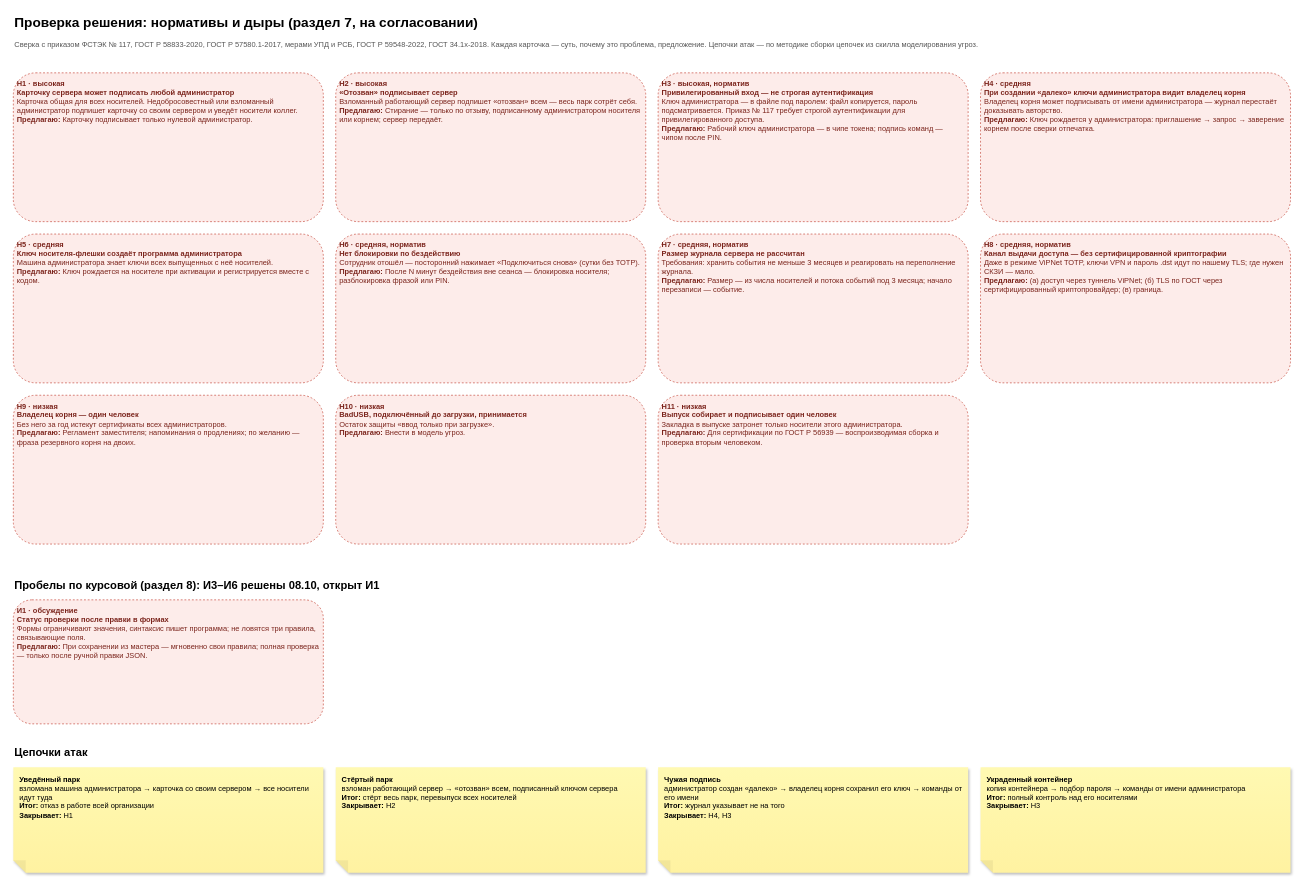
This is page "Проверка" (17 of 17) of docs/SOLUTION.drawio from PureshkaM/portable-os-admin, a draw.io file, before an edit. Source tidied: cells renumbered, new cells numbered last; positions are measured from the earlier drawing's top-left corner, leaving out a move shared by most shapes. Both pictures are drawn from the tidied source at 62%, with x=0, y=0 at pixel (13, 11).
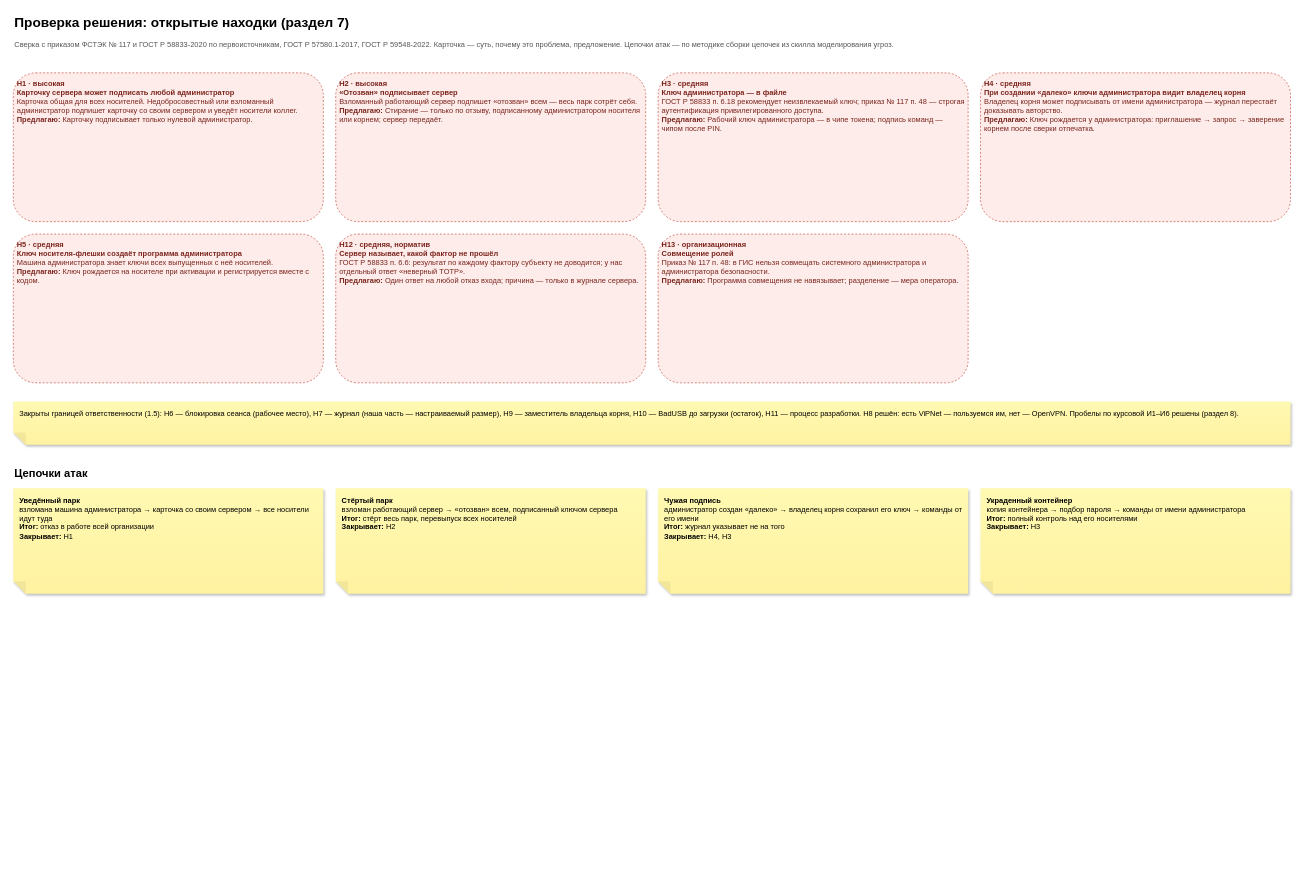
Above is the later version.

Commit message (it also covers changes not shown here):
Целевое решение: граница ответственности, сверка с приказом № 117 и ГОСТ Р 58833

The edit, as a diff of the source:
```diff
@@
-    <mxCell id="2" value="&lt;b&gt;Проверка решения: нормативы и дыры (раздел 7, на согласовании)&lt;/b&gt;" style="text;html=1;align=left;verticalAlign=middle;fontSize=22;fontStyle=1;" parent="1" vertex="1">
+    <mxCell id="2" value="&lt;b&gt;Проверка решения: открытые находки (раздел 7)&lt;/b&gt;" style="text;html=1;align=left;verticalAlign=middle;fontSize=22;fontStyle=1;" parent="1" vertex="1">
       <mxGeometry width="1600" height="40" as="geometry" />
     </mxCell>
-    <mxCell id="3" value="Сверка с приказом ФСТЭК № 117, ГОСТ Р 58833-2020, ГОСТ Р 57580.1-2017, мерами УПД и РСБ, ГОСТ Р 59548-2022, ГОСТ 34.1x-2018. Каждая карточка — суть, почему это проблема, предложение. Цепочки атак — по методике сборки цепочек из скилла моделирования угроз." style="text;html=1;align=left;verticalAlign=top;fontSize=12;fontColor=#555555;whiteSpace=wrap;" parent="1" vertex="1">
+    <mxCell id="3" value="Сверка с приказом ФСТЭК № 117 и ГОСТ Р 58833-2020 по первоисточникам, ГОСТ Р 57580.1-2017, ГОСТ Р 59548-2022. Карточка — суть, почему это проблема, предложение. Цепочки атак — по методике сборки цепочек из скилла моделирования угроз." style="text;html=1;align=left;verticalAlign=top;fontSize=12;fontColor=#555555;whiteSpace=wrap;" parent="1" vertex="1">
       <mxGeometry y="40" width="2000" height="40" as="geometry" />
     </mxCell>
@@
-    <mxCell id="6" value="&lt;div&gt;&lt;b&gt;Н3 · высокая, норматив&lt;/b&gt;&lt;/div&gt;&lt;div&gt;&lt;b&gt;Привилегированный вход — не строгая аутентификация&lt;/b&gt;&lt;/div&gt;&lt;div&gt;Ключ администратора — в файле под паролем: файл копируется, пароль подсматривается. Приказ № 117 требует строгой аутентификации для привилегированного доступа.&lt;/div&gt;&lt;div&gt;&lt;b&gt;Предлагаю:&lt;/b&gt; Рабочий ключ администратора — в чипе токена; подпись команд — чипом после PIN.&lt;/div&gt;" style="rounded=1;whiteSpace=wrap;html=1;align=left;verticalAlign=top;spacing=6;fontSize=12;fillColor=#FDECEA;strokeColor=#C0392B;dashed=1;fontColor=#7B241C;" parent="1" vertex="1">
+    <mxCell id="6" value="&lt;div&gt;&lt;b&gt;Н3 · средняя&lt;/b&gt;&lt;/div&gt;&lt;div&gt;&lt;b&gt;Ключ администратора — в файле&lt;/b&gt;&lt;/div&gt;&lt;div&gt;ГОСТ Р 58833 п. 6.18 рекомендует неизвлекаемый ключ; приказ № 117 п. 48 — строгая аутентификация привилегированного доступа.&lt;/div&gt;&lt;div&gt;&lt;b&gt;Предлагаю:&lt;/b&gt; Рабочий ключ администратора — в чипе токена; подпись команд — чипом после PIN.&lt;/div&gt;" style="rounded=1;whiteSpace=wrap;html=1;align=left;verticalAlign=top;spacing=6;fontSize=12;fillColor=#FDECEA;strokeColor=#C0392B;dashed=1;fontColor=#7B241C;" parent="1" vertex="1">
       <mxGeometry x="1040" y="100" width="500" height="240" as="geometry" />
     </mxCell>
@@
-    <mxCell id="9" value="&lt;div&gt;&lt;b&gt;Н6 · средняя, норматив&lt;/b&gt;&lt;/div&gt;&lt;div&gt;&lt;b&gt;Нет блокировки по бездействию&lt;/b&gt;&lt;/div&gt;&lt;div&gt;Сотрудник отошёл — посторонний нажимает «Подключиться снова» (сутки без TOTP).&lt;/div&gt;&lt;div&gt;&lt;b&gt;Предлагаю:&lt;/b&gt; После N минут бездействия вне сеанса — блокировка носителя; разблокировка фразой или PIN.&lt;/div&gt;" style="rounded=1;whiteSpace=wrap;html=1;align=left;verticalAlign=top;spacing=6;fontSize=12;fillColor=#FDECEA;strokeColor=#C0392B;dashed=1;fontColor=#7B241C;" parent="1" vertex="1">
+    <mxCell id="9" value="&lt;div&gt;&lt;b&gt;Н12 · средняя, норматив&lt;/b&gt;&lt;/div&gt;&lt;div&gt;&lt;b&gt;Сервер называет, какой фактор не прошёл&lt;/b&gt;&lt;/div&gt;&lt;div&gt;ГОСТ Р 58833 п. 6.6: результат по каждому фактору субъекту не доводится; у нас отдельный ответ «неверный TOTP».&lt;/div&gt;&lt;div&gt;&lt;b&gt;Предлагаю:&lt;/b&gt; Один ответ на любой отказ входа; причина — только в журнале сервера.&lt;/div&gt;" style="rounded=1;whiteSpace=wrap;html=1;align=left;verticalAlign=top;spacing=6;fontSize=12;fillColor=#FDECEA;strokeColor=#C0392B;dashed=1;fontColor=#7B241C;" parent="1" vertex="1">
       <mxGeometry x="520" y="360" width="500" height="240" as="geometry" />
     </mxCell>
-    <mxCell id="10" value="&lt;div&gt;&lt;b&gt;Н7 · средняя, норматив&lt;/b&gt;&lt;/div&gt;&lt;div&gt;&lt;b&gt;Размер журнала сервера не рассчитан&lt;/b&gt;&lt;/div&gt;&lt;div&gt;Требования: хранить события не меньше 3 месяцев и реагировать на переполнение журнала.&lt;/div&gt;&lt;div&gt;&lt;b&gt;Предлагаю:&lt;/b&gt; Размер — из числа носителей и потока событий под 3 месяца; начало перезаписи — событие.&lt;/div&gt;" style="rounded=1;whiteSpace=wrap;html=1;align=left;verticalAlign=top;spacing=6;fontSize=12;fillColor=#FDECEA;strokeColor=#C0392B;dashed=1;fontColor=#7B241C;" parent="1" vertex="1">
+    <mxCell id="10" value="&lt;div&gt;&lt;b&gt;Н13 · организационная&lt;/b&gt;&lt;/div&gt;&lt;div&gt;&lt;b&gt;Совмещение ролей&lt;/b&gt;&lt;/div&gt;&lt;div&gt;Приказ № 117 п. 48: в ГИС нельзя совмещать системного администратора и администратора безопасности.&lt;/div&gt;&lt;div&gt;&lt;b&gt;Предлагаю:&lt;/b&gt; Программа совмещения не навязывает; разделение — мера оператора.&lt;/div&gt;" style="rounded=1;whiteSpace=wrap;html=1;align=left;verticalAlign=top;spacing=6;fontSize=12;fillColor=#FDECEA;strokeColor=#C0392B;dashed=1;fontColor=#7B241C;" parent="1" vertex="1">
       <mxGeometry x="1040" y="360" width="500" height="240" as="geometry" />
     </mxCell>
-    <mxCell id="11" value="&lt;div&gt;&lt;b&gt;Н8 · средняя, норматив&lt;/b&gt;&lt;/div&gt;&lt;div&gt;&lt;b&gt;Канал выдачи доступа — без сертифицированной криптографии&lt;/b&gt;&lt;/div&gt;&lt;div&gt;Даже в режиме ViPNet TOTP, ключи VPN и пароль .dst идут по нашему TLS; где нужен СКЗИ — мало.&lt;/div&gt;&lt;div&gt;&lt;b&gt;Предлагаю:&lt;/b&gt; (а) доступ через туннель ViPNet; (б) TLS по ГОСТ через сертифицированный криптопровайдер; (в) граница.&lt;/div&gt;" style="rounded=1;whiteSpace=wrap;html=1;align=left;verticalAlign=top;spacing=6;fontSize=12;fillColor=#FDECEA;strokeColor=#C0392B;dashed=1;fontColor=#7B241C;" parent="1" vertex="1">
-      <mxGeometry x="1560" y="360" width="500" height="240" as="geometry" />
+    <mxCell id="11" value="Закрыты границей ответственности (1.5): Н6 — блокировка сеанса (рабочее место), Н7 — журнал (наша часть — настраиваемый размер), Н9 — заместитель владельца корня, Н10 — BadUSB до загрузки (остаток), Н11 — процесс разработки. Н8 решён: есть ViPNet — пользуемся им, нет — OpenVPN. Пробелы по курсовой И1–И6 решены (раздел 8)." style="shape=note;whiteSpace=wrap;html=1;backgroundOutline=1;fontColor=#000000;darkOpacity=0.05;fillColor=#FFF9B2;strokeColor=none;fillStyle=solid;direction=west;gradientDirection=north;gradientColor=#FFF2A1;shadow=1;size=20;align=left;verticalAlign=top;spacingLeft=8;spacingRight=8;spacingTop=6;fontSize=12;" parent="1" vertex="1">
+      <mxGeometry y="630" width="2060" height="70" as="geometry" />
     </mxCell>
-    <mxCell id="12" value="&lt;div&gt;&lt;b&gt;Н9 · низкая&lt;/b&gt;&lt;/div&gt;&lt;div&gt;&lt;b&gt;Владелец корня — один человек&lt;/b&gt;&lt;/div&gt;&lt;div&gt;Без него за год истекут сертификаты всех администраторов.&lt;/div&gt;&lt;div&gt;&lt;b&gt;Предлагаю:&lt;/b&gt; Регламент заместителя; напоминания о продлениях; по желанию — фраза резервного корня на двоих.&lt;/div&gt;" style="rounded=1;whiteSpace=wrap;html=1;align=left;verticalAlign=top;spacing=6;fontSize=12;fillColor=#FDECEA;strokeColor=#C0392B;dashed=1;fontColor=#7B241C;" parent="1" vertex="1">
-      <mxGeometry y="620" width="500" height="240" as="geometry" />
+    <mxCell id="12" value="&lt;b&gt;Цепочки атак&lt;/b&gt;" style="text;html=1;align=left;fontSize=18;" parent="1" vertex="1">
+      <mxGeometry y="730" width="600" height="30" as="geometry" />
     </mxCell>
-    <mxCell id="13" value="&lt;div&gt;&lt;b&gt;Н10 · низкая&lt;/b&gt;&lt;/div&gt;&lt;div&gt;&lt;b&gt;BadUSB, подключённый до загрузки, принимается&lt;/b&gt;&lt;/div&gt;&lt;div&gt;Остаток защиты «ввод только при загрузке».&lt;/div&gt;&lt;div&gt;&lt;b&gt;Предлагаю:&lt;/b&gt; Внести в модель угроз.&lt;/div&gt;" style="rounded=1;whiteSpace=wrap;html=1;align=left;verticalAlign=top;spacing=6;fontSize=12;fillColor=#FDECEA;strokeColor=#C0392B;dashed=1;fontColor=#7B241C;" parent="1" vertex="1">
-      <mxGeometry x="520" y="620" width="500" height="240" as="geometry" />
+    <mxCell id="13" value="&lt;div&gt;&lt;b&gt;Уведённый парк&lt;/b&gt;&lt;/div&gt;&lt;div&gt;взломана машина администратора → карточка со своим сервером → все носители идут туда&lt;/div&gt;&lt;div&gt;&lt;b&gt;Итог:&lt;/b&gt; отказ в работе всей организации&lt;/div&gt;&lt;div&gt;&lt;b&gt;Закрывает:&lt;/b&gt; Н1&lt;/div&gt;" style="shape=note;whiteSpace=wrap;html=1;backgroundOutline=1;fontColor=#000000;darkOpacity=0.05;fillColor=#FFF9B2;strokeColor=none;fillStyle=solid;direction=west;gradientDirection=north;gradientColor=#FFF2A1;shadow=1;size=20;align=left;verticalAlign=top;spacingLeft=8;spacingRight=8;spacingTop=6;fontSize=12;" parent="1" vertex="1">
+      <mxGeometry y="770" width="500" height="170" as="geometry" />
     </mxCell>
-    <mxCell id="14" value="&lt;div&gt;&lt;b&gt;Н11 · низкая&lt;/b&gt;&lt;/div&gt;&lt;div&gt;&lt;b&gt;Выпуск собирает и подписывает один человек&lt;/b&gt;&lt;/div&gt;&lt;div&gt;Закладка в выпуске затронет только носители этого администратора.&lt;/div&gt;&lt;div&gt;&lt;b&gt;Предлагаю:&lt;/b&gt; Для сертификации по ГОСТ Р 56939 — воспроизводимая сборка и проверка вторым человеком.&lt;/div&gt;" style="rounded=1;whiteSpace=wrap;html=1;align=left;verticalAlign=top;spacing=6;fontSize=12;fillColor=#FDECEA;strokeColor=#C0392B;dashed=1;fontColor=#7B241C;" parent="1" vertex="1">
-      <mxGeometry x="1040" y="620" width="500" height="240" as="geometry" />
+    <mxCell id="14" value="&lt;div&gt;&lt;b&gt;Стёртый парк&lt;/b&gt;&lt;/div&gt;&lt;div&gt;взломан работающий сервер → «отозван» всем, подписанный ключом сервера&lt;/div&gt;&lt;div&gt;&lt;b&gt;Итог:&lt;/b&gt; стёрт весь парк, перевыпуск всех носителей&lt;/div&gt;&lt;div&gt;&lt;b&gt;Закрывает:&lt;/b&gt; Н2&lt;/div&gt;" style="shape=note;whiteSpace=wrap;html=1;backgroundOutline=1;fontColor=#000000;darkOpacity=0.05;fillColor=#FFF9B2;strokeColor=none;fillStyle=solid;direction=west;gradientDirection=north;gradientColor=#FFF2A1;shadow=1;size=20;align=left;verticalAlign=top;spacingLeft=8;spacingRight=8;spacingTop=6;fontSize=12;" parent="1" vertex="1">
+      <mxGeometry x="520" y="770" width="500" height="170" as="geometry" />
     </mxCell>
-    <mxCell id="15" value="&lt;b&gt;Пробелы по курсовой (раздел 8): И3–И6 решены 08.10, открыт И1&lt;/b&gt;" style="text;html=1;align=left;fontSize=18;" parent="1" vertex="1">
-      <mxGeometry y="910" width="1000" height="30" as="geometry" />
+    <mxCell id="15" value="&lt;div&gt;&lt;b&gt;Чужая подпись&lt;/b&gt;&lt;/div&gt;&lt;div&gt;администратор создан «далеко» → владелец корня сохранил его ключ → команды от его имени&lt;/div&gt;&lt;div&gt;&lt;b&gt;Итог:&lt;/b&gt; журнал указывает не на того&lt;/div&gt;&lt;div&gt;&lt;b&gt;Закрывает:&lt;/b&gt; Н4, Н3&lt;/div&gt;" style="shape=note;whiteSpace=wrap;html=1;backgroundOutline=1;fontColor=#000000;darkOpacity=0.05;fillColor=#FFF9B2;strokeColor=none;fillStyle=solid;direction=west;gradientDirection=north;gradientColor=#FFF2A1;shadow=1;size=20;align=left;verticalAlign=top;spacingLeft=8;spacingRight=8;spacingTop=6;fontSize=12;" parent="1" vertex="1">
+      <mxGeometry x="1040" y="770" width="500" height="170" as="geometry" />
     </mxCell>
-    <mxCell id="16" value="&lt;div&gt;&lt;b&gt;И1 · обсуждение&lt;/b&gt;&lt;/div&gt;&lt;div&gt;&lt;b&gt;Статус проверки после правки в формах&lt;/b&gt;&lt;/div&gt;&lt;div&gt;Формы ограничивают значения, синтаксис пишет программа; не ловятся три правила, связывающие поля.&lt;/div&gt;&lt;div&gt;&lt;b&gt;Предлагаю:&lt;/b&gt; При сохранении из мастера — мгновенно свои правила; полная проверка — только после ручной правки JSON.&lt;/div&gt;" style="rounded=1;whiteSpace=wrap;html=1;align=left;verticalAlign=top;spacing=6;fontSize=12;fillColor=#FDECEA;strokeColor=#C0392B;dashed=1;fontColor=#7B241C;" parent="1" vertex="1">
-      <mxGeometry y="950" width="500" height="200" as="geometry" />
+    <mxCell id="16" value="&lt;div&gt;&lt;b&gt;Украденный контейнер&lt;/b&gt;&lt;/div&gt;&lt;div&gt;копия контейнера → подбор пароля → команды от имени администратора&lt;/div&gt;&lt;div&gt;&lt;b&gt;Итог:&lt;/b&gt; полный контроль над его носителями&lt;/div&gt;&lt;div&gt;&lt;b&gt;Закрывает:&lt;/b&gt; Н3&lt;/div&gt;" style="shape=note;whiteSpace=wrap;html=1;backgroundOutline=1;fontColor=#000000;darkOpacity=0.05;fillColor=#FFF9B2;strokeColor=none;fillStyle=solid;direction=west;gradientDirection=north;gradientColor=#FFF2A1;shadow=1;size=20;align=left;verticalAlign=top;spacingLeft=8;spacingRight=8;spacingTop=6;fontSize=12;" parent="1" vertex="1">
+      <mxGeometry x="1560" y="770" width="500" height="170" as="geometry" />
     </mxCell>
-    <mxCell id="17" value="&lt;b&gt;Цепочки атак&lt;/b&gt;" style="text;html=1;align=left;fontSize=18;" parent="1" vertex="1">
-      <mxGeometry y="1180" width="600" height="30" as="geometry" />
-    </mxCell>
-    <mxCell id="18" value="&lt;div&gt;&lt;b&gt;Уведённый парк&lt;/b&gt;&lt;/div&gt;&lt;div&gt;взломана машина администратора → карточка со своим сервером → все носители идут туда&lt;/div&gt;&lt;div&gt;&lt;b&gt;Итог:&lt;/b&gt; отказ в работе всей организации&lt;/div&gt;&lt;div&gt;&lt;b&gt;Закрывает:&lt;/b&gt; Н1&lt;/div&gt;" style="shape=note;whiteSpace=wrap;html=1;backgroundOutline=1;fontColor=#000000;darkOpacity=0.05;fillColor=#FFF9B2;strokeColor=none;fillStyle=solid;direction=west;gradientDirection=north;gradientColor=#FFF2A1;shadow=1;size=20;align=left;verticalAlign=top;spacingLeft=8;spacingRight=8;spacingTop=6;fontSize=12;" parent="1" vertex="1">
-      <mxGeometry y="1220" width="500" height="170" as="geometry" />
-    </mxCell>
-    <mxCell id="19" value="&lt;div&gt;&lt;b&gt;Стёртый парк&lt;/b&gt;&lt;/div&gt;&lt;div&gt;взломан работающий сервер → «отозван» всем, подписанный ключом сервера&lt;/div&gt;&lt;div&gt;&lt;b&gt;Итог:&lt;/b&gt; стёрт весь парк, перевыпуск всех носителей&lt;/div&gt;&lt;div&gt;&lt;b&gt;Закрывает:&lt;/b&gt; Н2&lt;/div&gt;" style="shape=note;whiteSpace=wrap;html=1;backgroundOutline=1;fontColor=#000000;darkOpacity=0.05;fillColor=#FFF9B2;strokeColor=none;fillStyle=solid;direction=west;gradientDirection=north;gradientColor=#FFF2A1;shadow=1;size=20;align=left;verticalAlign=top;spacingLeft=8;spacingRight=8;spacingTop=6;fontSize=12;" parent="1" vertex="1">
-      <mxGeometry x="520" y="1220" width="500" height="170" as="geometry" />
-    </mxCell>
-    <mxCell id="20" value="&lt;div&gt;&lt;b&gt;Чужая подпись&lt;/b&gt;&lt;/div&gt;&lt;div&gt;администратор создан «далеко» → владелец корня сохранил его ключ → команды от его имени&lt;/div&gt;&lt;div&gt;&lt;b&gt;Итог:&lt;/b&gt; журнал указывает не на того&lt;/div&gt;&lt;div&gt;&lt;b&gt;Закрывает:&lt;/b&gt; Н4, Н3&lt;/div&gt;" style="shape=note;whiteSpace=wrap;html=1;backgroundOutline=1;fontColor=#000000;darkOpacity=0.05;fillColor=#FFF9B2;strokeColor=none;fillStyle=solid;direction=west;gradientDirection=north;gradientColor=#FFF2A1;shadow=1;size=20;align=left;verticalAlign=top;spacingLeft=8;spacingRight=8;spacingTop=6;fontSize=12;" parent="1" vertex="1">
-      <mxGeometry x="1040" y="1220" width="500" height="170" as="geometry" />
-    </mxCell>
-    <mxCell id="21" value="&lt;div&gt;&lt;b&gt;Украденный контейнер&lt;/b&gt;&lt;/div&gt;&lt;div&gt;копия контейнера → подбор пароля → команды от имени администратора&lt;/div&gt;&lt;div&gt;&lt;b&gt;Итог:&lt;/b&gt; полный контроль над его носителями&lt;/div&gt;&lt;div&gt;&lt;b&gt;Закрывает:&lt;/b&gt; Н3&lt;/div&gt;" style="shape=note;whiteSpace=wrap;html=1;backgroundOutline=1;fontColor=#000000;darkOpacity=0.05;fillColor=#FFF9B2;strokeColor=none;fillStyle=solid;direction=west;gradientDirection=north;gradientColor=#FFF2A1;shadow=1;size=20;align=left;verticalAlign=top;spacingLeft=8;spacingRight=8;spacingTop=6;fontSize=12;" parent="1" vertex="1">
-      <mxGeometry x="1560" y="1220" width="500" height="170" as="geometry" />
-    </mxCell>
```
